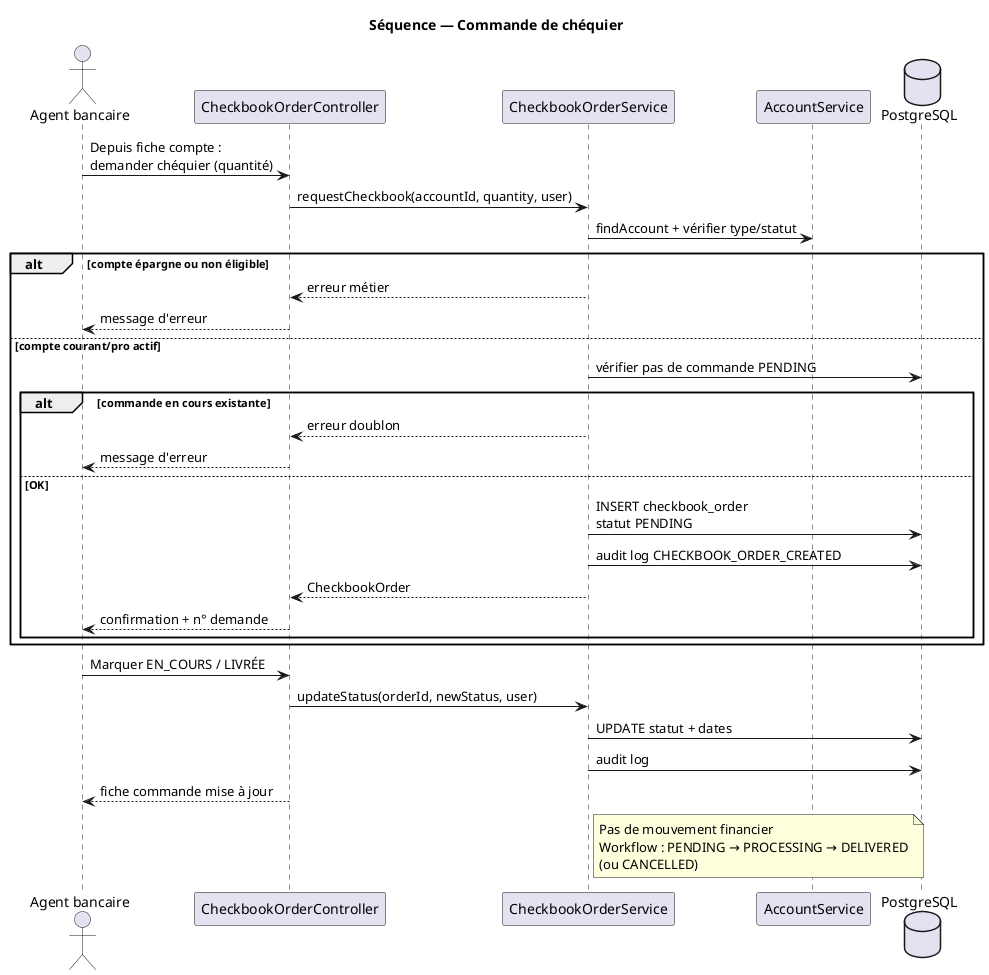
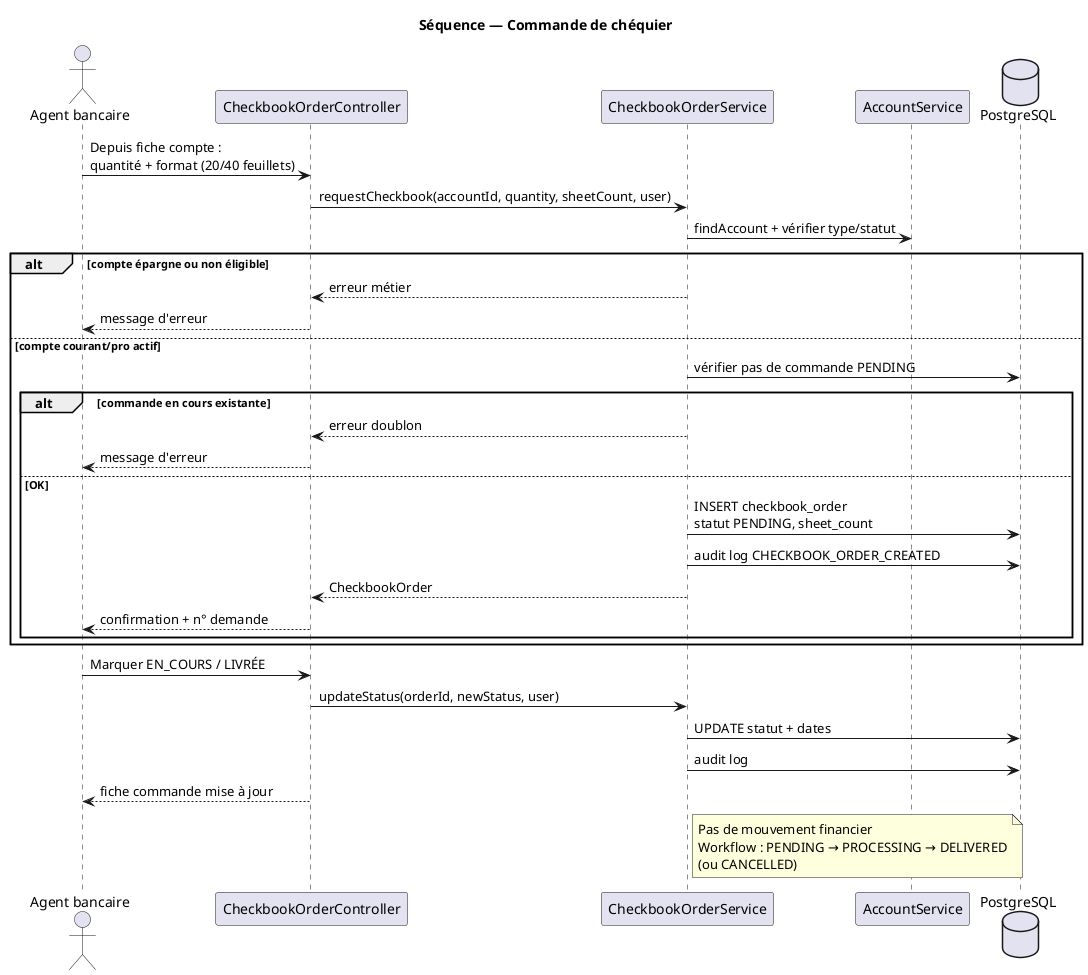
@startuml 07-commande-chequier
skinparam shadowing false
skinparam responseMessageBelowArrow true

title Séquence — Commande de chéquier

actor "Agent bancaire" as agent
participant "CheckbookOrderController" as ctrl
participant "CheckbookOrderService" as svc
participant "AccountService" as acc
database "PostgreSQL" as db

- agent -> ctrl : Depuis fiche compte :\ndemander chéquier (quantité)
- ctrl -> svc : requestCheckbook(accountId, quantity, user)
+ agent -> ctrl : Depuis fiche compte :\nquantité + format (20/40 feuillets)
+ ctrl -> svc : requestCheckbook(accountId, quantity, sheetCount, user)

svc -> acc : findAccount + vérifier type/statut
alt compte épargne ou non éligible
  svc --> ctrl : erreur métier
  ctrl --> agent : message d'erreur
else compte courant/pro actif
  svc -> db : vérifier pas de commande PENDING
  alt commande en cours existante
    svc --> ctrl : erreur doublon
    ctrl --> agent : message d'erreur
  else OK
-     svc -> db : INSERT checkbook_order\nstatut PENDING
+     svc -> db : INSERT checkbook_order\nstatut PENDING, sheet_count
    svc -> db : audit log CHECKBOOK_ORDER_CREATED
    svc --> ctrl : CheckbookOrder
    ctrl --> agent : confirmation + n° demande
  end
end

agent -> ctrl : Marquer EN_COURS / LIVRÉE
ctrl -> svc : updateStatus(orderId, newStatus, user)
svc -> db : UPDATE statut + dates
svc -> db : audit log
ctrl --> agent : fiche commande mise à jour

note right of svc
  Pas de mouvement financier
  Workflow : PENDING → PROCESSING → DELIVERED
  (ou CANCELLED)
end note

@enduml
